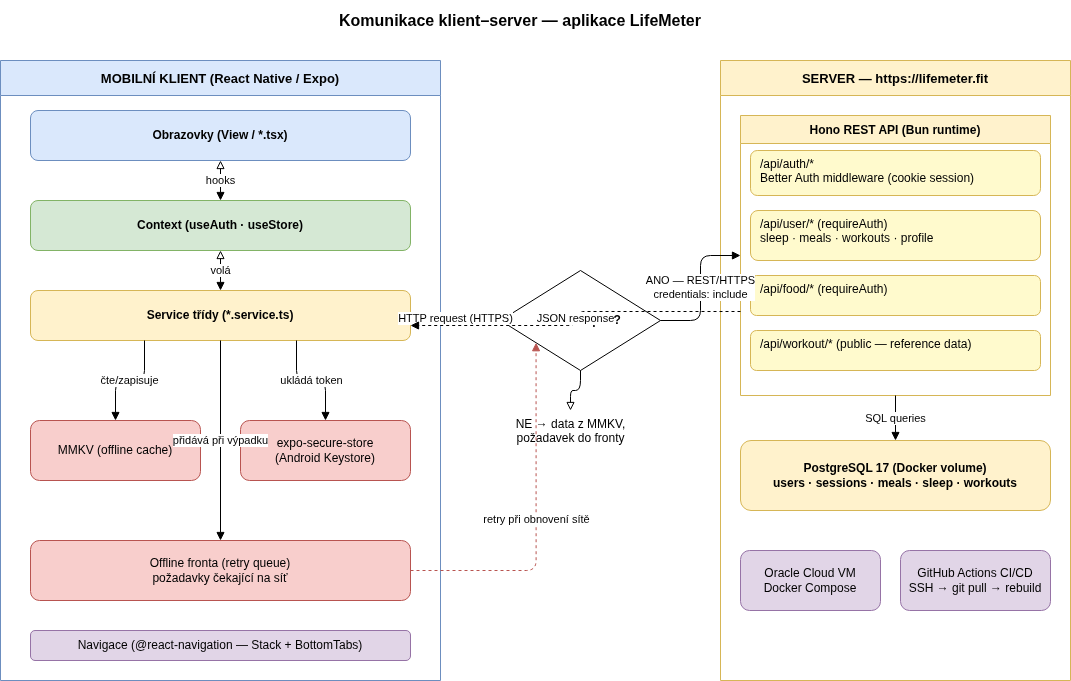
This is docs/references/img/architecture/system_overview.png from VokurkaA/LifeMeter, a draw.io export, as it was before one commit. Source tidied: cells renumbered, new cells last; positions are measured from the earlier drawing's top-left corner, leaving out a move shared by most shapes.
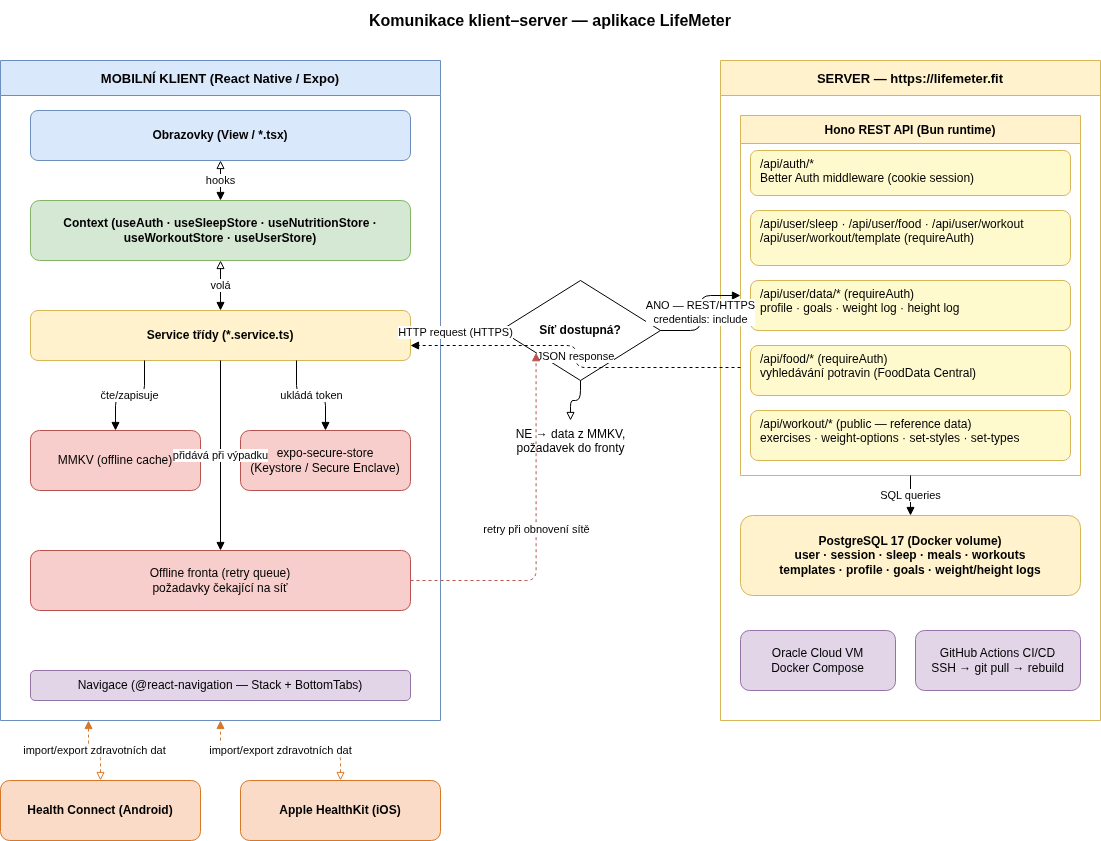
After the commit.

Commit message:
Update architecture diagrams and documentation for improved clarity and detail

Change to the diagram source:
```diff
@@ -3,31 +3,31 @@
     <mxCell id="0" />
     <mxCell id="1" parent="0" />
     <mxCell id="2" value="Komunikace klient–server — aplikace LifeMeter" style="text;html=1;strokeColor=none;fillColor=none;align=center;verticalAlign=middle;whiteSpace=wrap;rounded=0;fontSize=16;fontStyle=1;" parent="1" vertex="1">
-      <mxGeometry x="90" width="860" height="40" as="geometry" />
+      <mxGeometry x="40" width="980" height="40" as="geometry" />
     </mxCell>
     <mxCell id="3" value="MOBILNÍ KLIENT (React Native / Expo)" style="swimlane;fontStyle=1;startSize=35;fillColor=#dae8fc;strokeColor=#6c8ebf;fontSize=13;" parent="1" vertex="1">
-      <mxGeometry y="60" width="440" height="620" as="geometry" />
+      <mxGeometry x="-20" y="60" width="440" height="660" as="geometry" />
     </mxCell>
     <mxCell id="4" value="Obrazovky (View / *.tsx)" style="rounded=1;whiteSpace=wrap;html=1;fillColor=#dae8fc;strokeColor=#6c8ebf;fontStyle=1;" parent="3" vertex="1">
       <mxGeometry x="30" y="50" width="380" height="50" as="geometry" />
     </mxCell>
-    <mxCell id="5" value="Context (useAuth · useStore)" style="rounded=1;whiteSpace=wrap;html=1;fillColor=#d5e8d4;strokeColor=#82b366;fontStyle=1;" parent="3" vertex="1">
-      <mxGeometry x="30" y="140" width="380" height="50" as="geometry" />
+    <mxCell id="5" value="Context (useAuth · useSleepStore · useNutritionStore · useWorkoutStore · useUserStore)" style="rounded=1;whiteSpace=wrap;html=1;fillColor=#d5e8d4;strokeColor=#82b366;fontStyle=1;" parent="3" vertex="1">
+      <mxGeometry x="30" y="140" width="380" height="60" as="geometry" />
     </mxCell>
     <mxCell id="6" value="Service třídy (*.service.ts)" style="rounded=1;whiteSpace=wrap;html=1;fillColor=#fff2cc;strokeColor=#d6b656;fontStyle=1;" parent="3" vertex="1">
-      <mxGeometry x="30" y="230" width="380" height="50" as="geometry" />
+      <mxGeometry x="30" y="250" width="380" height="50" as="geometry" />
     </mxCell>
     <mxCell id="7" value="MMKV (offline cache)" style="rounded=1;whiteSpace=wrap;html=1;fillColor=#f8cecc;strokeColor=#b85450;" parent="3" vertex="1">
-      <mxGeometry x="30" y="360" width="170" height="60" as="geometry" />
+      <mxGeometry x="30" y="370" width="170" height="60" as="geometry" />
     </mxCell>
-    <mxCell id="8" value="expo-secure-store&#10;(Android Keystore)" style="rounded=1;whiteSpace=wrap;html=1;fillColor=#f8cecc;strokeColor=#b85450;" parent="3" vertex="1">
-      <mxGeometry x="240" y="360" width="170" height="60" as="geometry" />
+    <mxCell id="8" value="expo-secure-store&#10;(Keystore / Secure Enclave)" style="rounded=1;whiteSpace=wrap;html=1;fillColor=#f8cecc;strokeColor=#b85450;" parent="3" vertex="1">
+      <mxGeometry x="240" y="370" width="170" height="60" as="geometry" />
     </mxCell>
     <mxCell id="9" value="Offline fronta (retry queue)&#10;požadavky čekající na síť" style="rounded=1;whiteSpace=wrap;html=1;fillColor=#f8cecc;strokeColor=#b85450;" parent="3" vertex="1">
-      <mxGeometry x="30" y="480" width="380" height="60" as="geometry" />
+      <mxGeometry x="30" y="490" width="380" height="60" as="geometry" />
     </mxCell>
     <mxCell id="10" value="Navigace (@react-navigation — Stack + BottomTabs)" style="rounded=1;whiteSpace=wrap;html=1;fillColor=#e1d5e7;strokeColor=#9673a6;" parent="3" vertex="1">
-      <mxGeometry x="30" y="570" width="380" height="30" as="geometry" />
+      <mxGeometry x="30" y="610" width="380" height="30" as="geometry" />
     </mxCell>
     <mxCell id="11" value="hooks" style="edgeStyle=orthogonalEdgeStyle;html=1;exitX=0.5;exitY=1;entryX=0.5;entryY=0;endArrow=block;startArrow=block;startFill=0;endFill=1;" parent="3" edge="1" source="4" target="5">
       <mxGeometry relative="1" as="geometry" />
@@ -45,41 +45,50 @@
       <mxGeometry relative="1" as="geometry" />
     </mxCell>
     <mxCell id="16" value="Síť dostupná?" style="rhombus;whiteSpace=wrap;html=1;fillColor=#ffffff;strokeColor=#000000;fontStyle=1;" parent="1" vertex="1">
-      <mxGeometry x="500" y="270" width="160" height="100" as="geometry" />
+      <mxGeometry x="480" y="280" width="160" height="100" as="geometry" />
     </mxCell>
     <mxCell id="17" value="NE → data z MMKV,&#10;požadavek do fronty" style="text;html=1;strokeColor=none;fillColor=none;align=center;" parent="1" vertex="1">
-      <mxGeometry x="470" y="410" width="200" height="50" as="geometry" />
+      <mxGeometry x="450" y="420" width="200" height="50" as="geometry" />
     </mxCell>
     <mxCell id="18" value="SERVER — https://lifemeter.fit" style="swimlane;fontStyle=1;startSize=35;fillColor=#fff2cc;strokeColor=#d6b656;fontSize=13;" parent="1" vertex="1">
-      <mxGeometry x="720" y="60" width="350" height="620" as="geometry" />
+      <mxGeometry x="700" y="60" width="380" height="660" as="geometry" />
     </mxCell>
     <mxCell id="19" value="Hono REST API (Bun runtime)" style="swimlane;fontStyle=1;startSize=28;fillColor=#fff2cc;strokeColor=#d6b656;" parent="18" vertex="1">
-      <mxGeometry x="20" y="55" width="310" height="280" as="geometry" />
+      <mxGeometry x="20" y="55" width="340" height="360" as="geometry" />
     </mxCell>
     <mxCell id="20" value="/api/auth/*&#10;Better Auth middleware (cookie session)" style="text;html=1;strokeColor=#d6b656;fillColor=#fffacd;align=left;spacingLeft=8;rounded=1;" parent="19" vertex="1">
-      <mxGeometry x="10" y="35" width="290" height="45" as="geometry" />
+      <mxGeometry x="10" y="35" width="320" height="45" as="geometry" />
     </mxCell>
-    <mxCell id="21" value="/api/user/*  (requireAuth)&#10;sleep · meals · workouts · profile" style="text;html=1;strokeColor=#d6b656;fillColor=#fffacd;align=left;spacingLeft=8;rounded=1;" parent="19" vertex="1">
-      <mxGeometry x="10" y="95" width="290" height="50" as="geometry" />
+    <mxCell id="21" value="/api/user/sleep · /api/user/food · /api/user/workout&#10;/api/user/workout/template  (requireAuth)" style="text;html=1;strokeColor=#d6b656;fillColor=#fffacd;align=left;spacingLeft=8;rounded=1;" parent="19" vertex="1">
+      <mxGeometry x="10" y="95" width="320" height="55" as="geometry" />
     </mxCell>
-    <mxCell id="22" value="/api/food/*  (requireAuth)" style="text;html=1;strokeColor=#d6b656;fillColor=#fffacd;align=left;spacingLeft=8;rounded=1;" parent="19" vertex="1">
-      <mxGeometry x="10" y="160" width="290" height="40" as="geometry" />
+    <mxCell id="22" value="/api/user/data/*  (requireAuth)&#10;profile · goals · weight log · height log" style="text;html=1;strokeColor=#d6b656;fillColor=#fffacd;align=left;spacingLeft=8;rounded=1;" parent="19" vertex="1">
+      <mxGeometry x="10" y="165" width="320" height="50" as="geometry" />
     </mxCell>
-    <mxCell id="23" value="/api/workout/*  (public — reference data)" style="text;html=1;strokeColor=#d6b656;fillColor=#fffacd;align=left;spacingLeft=8;rounded=1;" parent="19" vertex="1">
-      <mxGeometry x="10" y="215" width="290" height="40" as="geometry" />
+    <mxCell id="23" value="/api/food/*  (requireAuth)&#10;vyhledávání potravin (FoodData Central)" style="text;html=1;strokeColor=#d6b656;fillColor=#fffacd;align=left;spacingLeft=8;rounded=1;" parent="19" vertex="1">
+      <mxGeometry x="10" y="230" width="320" height="50" as="geometry" />
     </mxCell>
+    <mxCell id="33" value="/api/workout/*  (public — reference data)&#10;exercises · weight-options · set-styles · set-types" style="text;html=1;strokeColor=#d6b656;fillColor=#fffacd;align=left;spacingLeft=8;rounded=1;" parent="19" vertex="1">
+      <mxGeometry x="10" y="295" width="320" height="50" as="geometry" />
+    </mxCell>
-    <mxCell id="24" value="PostgreSQL 17 (Docker volume)&#10;users · sessions · meals · sleep · workouts" style="rounded=1;whiteSpace=wrap;html=1;fillColor=#fff2cc;strokeColor=#d6b656;fontStyle=1;" parent="18" vertex="1">
-      <mxGeometry x="20" y="380" width="310" height="70" as="geometry" />
+    <mxCell id="24" value="PostgreSQL 17 (Docker volume)&#10;user · session · sleep · meals · workouts&#10;templates · profile · goals · weight/height logs" style="rounded=1;whiteSpace=wrap;html=1;fillColor=#fff2cc;strokeColor=#d6b656;fontStyle=1;" parent="18" vertex="1">
+      <mxGeometry x="20" y="455" width="340" height="80" as="geometry" />
     </mxCell>
     <mxCell id="25" value="Oracle Cloud VM&#10;Docker Compose" style="rounded=1;whiteSpace=wrap;html=1;fillColor=#e1d5e7;strokeColor=#9673a6;" parent="18" vertex="1">
-      <mxGeometry x="20" y="490" width="140" height="60" as="geometry" />
+      <mxGeometry x="20" y="570" width="155" height="60" as="geometry" />
     </mxCell>
     <mxCell id="26" value="GitHub Actions CI/CD&#10;SSH → git pull → rebuild" style="rounded=1;whiteSpace=wrap;html=1;fillColor=#e1d5e7;strokeColor=#9673a6;" parent="18" vertex="1">
-      <mxGeometry x="180" y="490" width="150" height="60" as="geometry" />
+      <mxGeometry x="195" y="570" width="165" height="60" as="geometry" />
     </mxCell>
     <mxCell id="27" value="SQL queries" style="edgeStyle=orthogonalEdgeStyle;html=1;exitX=0.5;exitY=1;entryX=0.5;entryY=0;endArrow=block;endFill=1;" parent="18" edge="1" source="19" target="24">
       <mxGeometry relative="1" as="geometry" />
     </mxCell>
+    <mxCell id="34" value="Health Connect (Android)" style="rounded=1;whiteSpace=wrap;html=1;fillColor=#f9dbc8;strokeColor=#d6782a;fontStyle=1;" parent="1" vertex="1">
+      <mxGeometry x="-20" y="780" width="200" height="60" as="geometry" />
+    </mxCell>
+    <mxCell id="35" value="Apple HealthKit (iOS)" style="rounded=1;whiteSpace=wrap;html=1;fillColor=#f9dbc8;strokeColor=#d6782a;fontStyle=1;" parent="1" vertex="1">
+      <mxGeometry x="220" y="780" width="200" height="60" as="geometry" />
+    </mxCell>
     <mxCell id="28" value="HTTP request (HTTPS)" style="edgeStyle=orthogonalEdgeStyle;html=1;exitX=1;exitY=0.5;entryX=0;entryY=0.5;endArrow=block;endFill=1;" parent="1" edge="1" source="6" target="16">
       <mxGeometry relative="1" as="geometry" />
     </mxCell>
@@ -95,5 +104,11 @@
     <mxCell id="32" value="retry při obnovení sítě" style="edgeStyle=orthogonalEdgeStyle;html=1;exitX=1;exitY=0.5;entryX=0;entryY=0.9;endArrow=block;endFill=1;dashed=1;strokeColor=#b85450;" parent="1" edge="1" source="9" target="16">
       <mxGeometry relative="1" as="geometry" />
     </mxCell>
+    <mxCell id="36" value="import/export zdravotních dat" style="edgeStyle=orthogonalEdgeStyle;html=1;exitX=0.5;exitY=0;entryX=0.2;entryY=1;endArrow=block;startArrow=block;startFill=0;endFill=1;strokeColor=#d6782a;dashed=1;" parent="1" edge="1" source="34" target="3">
+      <mxGeometry relative="1" as="geometry" />
+    </mxCell>
+    <mxCell id="37" value="import/export zdravotních dat" style="edgeStyle=orthogonalEdgeStyle;html=1;exitX=0.5;exitY=0;entryX=0.5;entryY=1;endArrow=block;startArrow=block;startFill=0;endFill=1;strokeColor=#d6782a;dashed=1;" parent="1" edge="1" source="35" target="3">
+      <mxGeometry relative="1" as="geometry" />
+    </mxCell>
   </root>
 </mxGraphModel>
```
